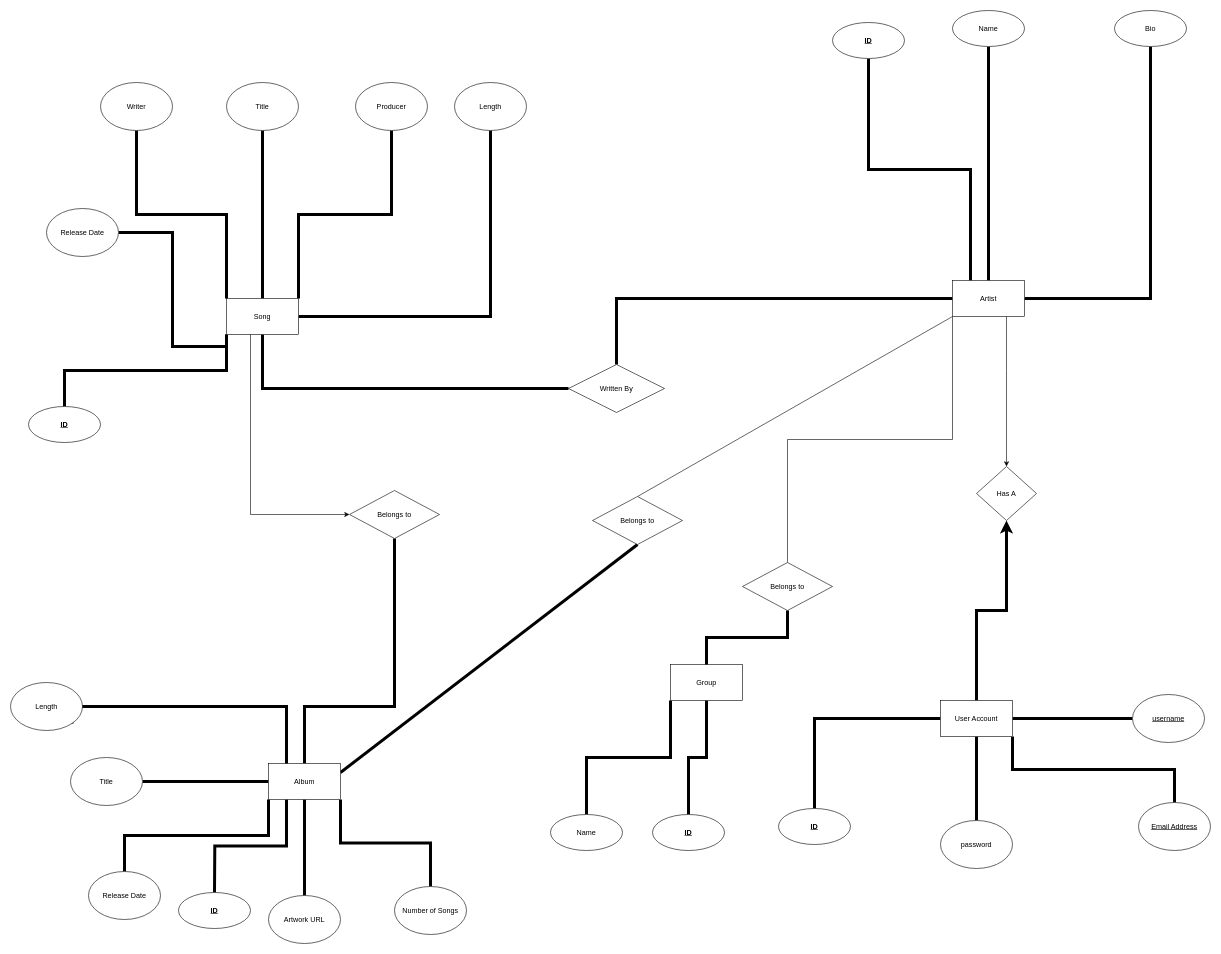
Before: Python/2-SQL/portfolio_project/my_spotify_clone.drawio in ericdwkim/nucamp-python, a draw.io diagram. Source tidied: cells renumbered, new cells numbered last; positions are measured from the earlier drawing's top-left corner, leaving out a move shared by most shapes. Both pictures are drawn from the tidied source at 60%, with x=0, y=0 at pixel (10, 10).
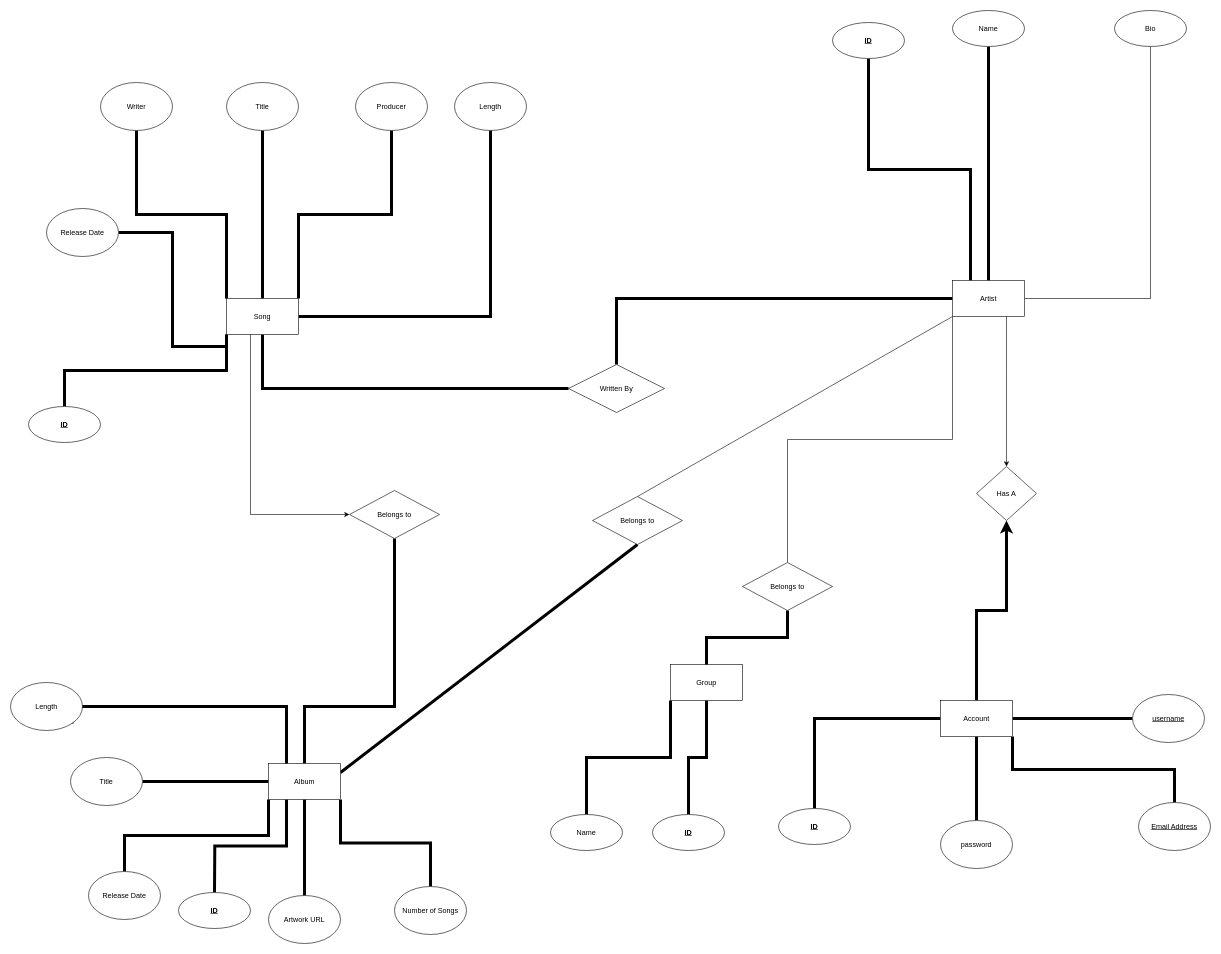
The same diagram, later.

Commit message (it also covers changes not shown here):
add columns to enforce fk constraints for (2) tables

The change refers to these unchanged cells:
```xml
<mxCell id="32" value="Artist" style="rounded=0;whiteSpace=wrap;html=1;" parent="1" vertex="1">
  <mxGeometry x="1570" y="450" width="120" height="60" as="geometry" />
</mxCell>
<mxCell id="34" value="Bio" style="ellipse;whiteSpace=wrap;html=1;rounded=0;" parent="1" vertex="1">
  <mxGeometry x="1840" width="120" height="60" as="geometry" />
</mxCell>
```

What changed in the source:
```diff
@@
-    <mxCell id="27" style="edgeStyle=orthogonalEdgeStyle;rounded=0;jettySize=auto;html=1;endArrow=none;endFill=0;strokeWidth=5;" parent="1" edge="1" source="32" target="34">
-      <mxGeometry relative="1" as="geometry" />
+    <mxCell id="27" style="edgeStyle=orthogonalEdgeStyle;rounded=0;jettySize=auto;html=1;endArrow=none;endFill=0;strokeWidth=1;" parent="1" edge="1" source="32" target="34">
+      <mxGeometry relative="1" as="geometry">
+        <Array as="points">
+          <mxPoint x="1900" y="480" />
+        </Array>
+      </mxGeometry>
     </mxCell>
@@
-    <mxCell id="40" value="User Account" style="rounded=0;whiteSpace=wrap;html=1;" parent="1" vertex="1">
+    <mxCell id="40" value="Account" style="rounded=0;whiteSpace=wrap;html=1;" parent="1" vertex="1">
       <mxGeometry x="1550" y="1150" width="120" height="60" as="geometry" />
     </mxCell>
```
